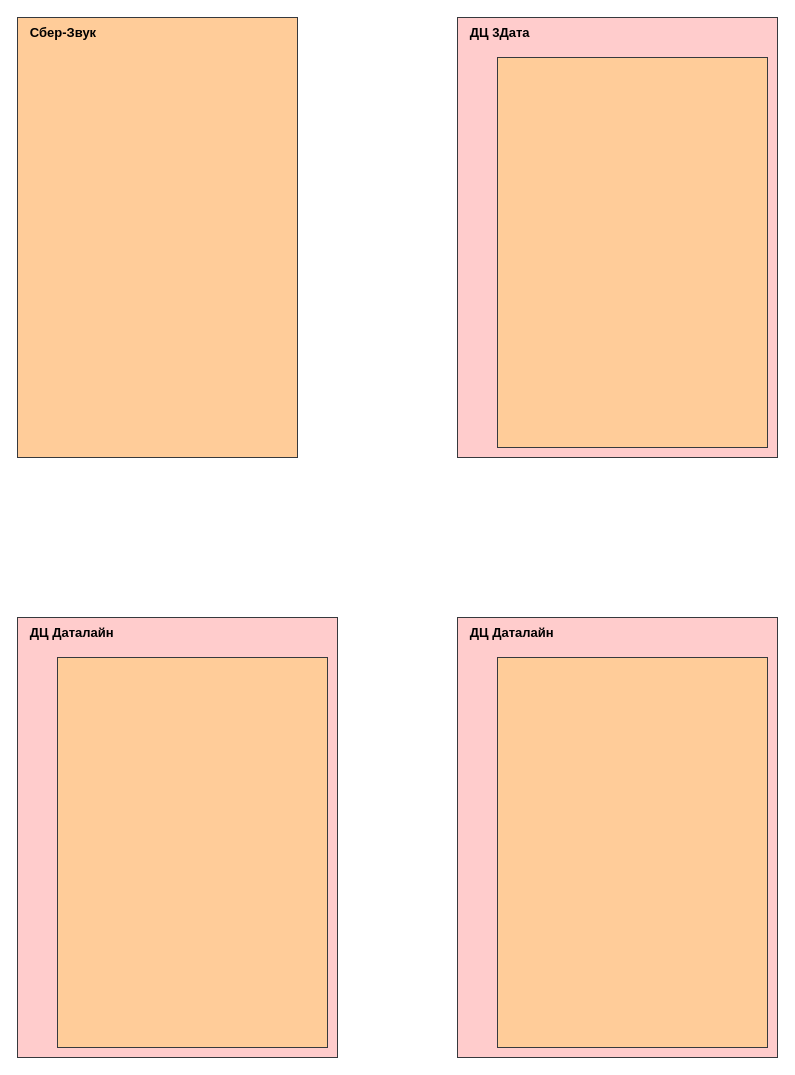
Earlier version of the draw.io diagram page "Страница 4" (4 of 5) of На подумать.drawio (lipatkin-ky/devops-netology). Source tidied: cells renumbered, new cells numbered last; positions are measured from the earlier drawing's top-left corner, leaving out a move shared by most shapes. Both pictures are drawn from the tidied source at 100%, with x=0, y=0 at pixel (17, 17). Pictures stored in the file or linked from it are replaced by grey dashed boxes.
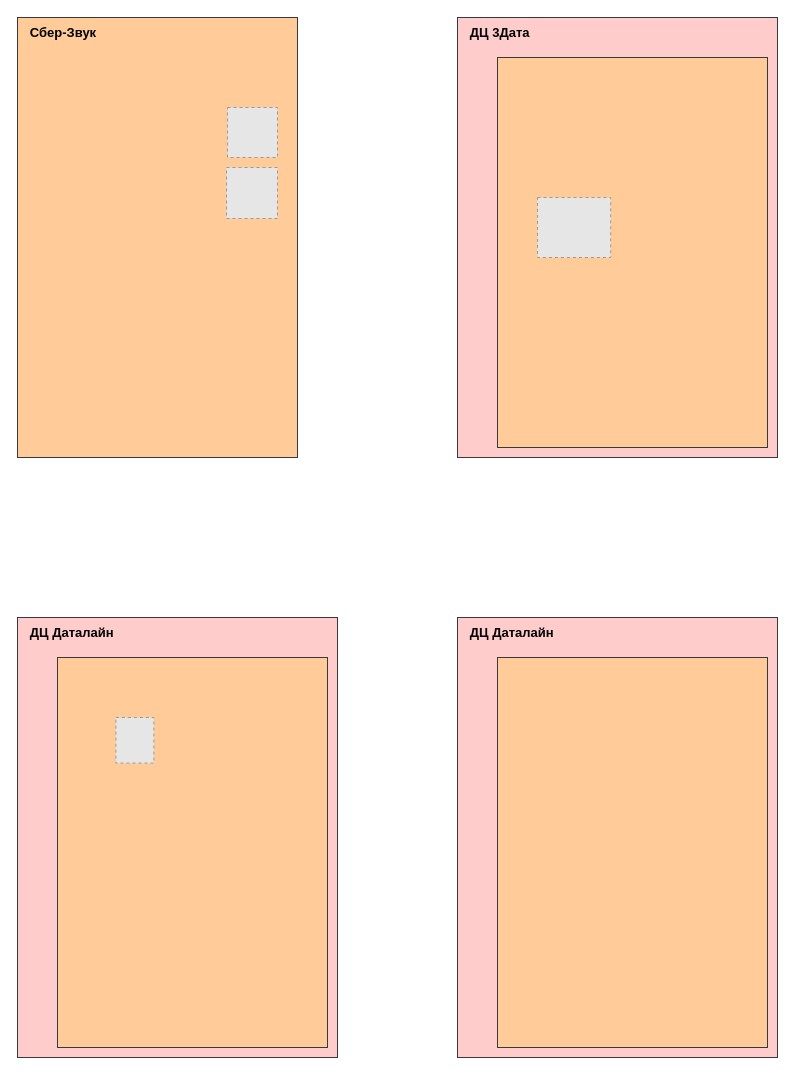
Above is the later version.

The edit, as a diff of the source:
```diff
@@
 <mxGraphModel>
   <root>
     <mxCell id="0" />
     <mxCell id="1" parent="0" />
     <mxCell id="2" style="rounded=0;whiteSpace=wrap;html=1;shadow=0;glass=0;fillColor=#ffcc99;strokeColor=#36393d;" parent="1" vertex="1">
       <mxGeometry width="280" height="440" as="geometry" />
     </mxCell>
     <mxCell id="3" style="rounded=0;whiteSpace=wrap;html=1;shadow=0;glass=0;fillColor=#ffcccc;strokeColor=#36393d;" parent="1" vertex="1">
       <mxGeometry x="440" width="320" height="440" as="geometry" />
     </mxCell>
     <mxCell id="4" style="rounded=0;whiteSpace=wrap;html=1;shadow=0;glass=0;fillColor=#ffcc99;strokeColor=#36393d;" parent="1" vertex="1">
       <mxGeometry x="480" y="40" width="270" height="390" as="geometry" />
     </mxCell>
     <mxCell id="5" style="rounded=0;whiteSpace=wrap;html=1;shadow=0;glass=0;fillColor=#ffcccc;strokeColor=#36393d;" parent="1" vertex="1">
       <mxGeometry x="440" y="600" width="320" height="440" as="geometry" />
     </mxCell>
     <mxCell id="6" style="rounded=0;whiteSpace=wrap;html=1;shadow=0;glass=0;fillColor=#ffcc99;strokeColor=#36393d;" parent="1" vertex="1">
       <mxGeometry x="480" y="640" width="270" height="390" as="geometry" />
     </mxCell>
     <mxCell id="7" value="&amp;nbsp; &amp;nbsp;Сбер-Звук" style="text;html=1;strokeColor=none;fillColor=none;align=left;verticalAlign=middle;whiteSpace=wrap;rounded=0;shadow=0;glass=0;fontStyle=1;fontSize=13;" parent="1" vertex="1">
       <mxGeometry width="280" height="30" as="geometry" />
     </mxCell>
     <mxCell id="8" value="&amp;nbsp; &amp;nbsp;ДЦ 3Дата" style="text;html=1;strokeColor=none;fillColor=none;align=left;verticalAlign=middle;whiteSpace=wrap;rounded=0;shadow=0;glass=0;fontStyle=1;fontSize=13;" parent="1" vertex="1">
       <mxGeometry x="440" width="320" height="30" as="geometry" />
     </mxCell>
     <mxCell id="9" value="&amp;nbsp; &amp;nbsp;ДЦ Даталайн" style="text;html=1;strokeColor=none;fillColor=none;align=left;verticalAlign=middle;whiteSpace=wrap;rounded=0;shadow=0;glass=0;fontStyle=1;fontSize=13;" parent="1" vertex="1">
       <mxGeometry x="440" y="600" width="320" height="30" as="geometry" />
     </mxCell>
     <mxCell id="10" style="rounded=0;whiteSpace=wrap;html=1;shadow=0;glass=0;fillColor=#ffcccc;strokeColor=#36393d;" parent="1" vertex="1">
       <mxGeometry y="600" width="320" height="440" as="geometry" />
     </mxCell>
     <mxCell id="11" style="rounded=0;whiteSpace=wrap;html=1;shadow=0;glass=0;fillColor=#ffcc99;strokeColor=#36393d;" parent="1" vertex="1">
       <mxGeometry x="40" y="640" width="270" height="390" as="geometry" />
     </mxCell>
     <mxCell id="12" value="&amp;nbsp; &amp;nbsp;ДЦ Даталайн" style="text;html=1;strokeColor=none;fillColor=none;align=left;verticalAlign=middle;whiteSpace=wrap;rounded=0;shadow=0;glass=0;fontStyle=1;fontSize=13;" parent="1" vertex="1">
       <mxGeometry y="600" width="320" height="30" as="geometry" />
     </mxCell>
+    <mxCell id="13" style="fillColor=#E6E6E6;strokeColor=#999999;dashed=1;verticalLabelPosition=bottom;labelBackgroundColor=#ffffff;verticalAlign=top;" parent="1" vertex="1">
+      <mxGeometry x="98.4" y="700" width="38" height="45.6" as="geometry" />
+    </mxCell>
+    <mxCell id="14" style="fillColor=#E6E6E6;strokeColor=#999999;dashed=1;verticalLabelPosition=bottom;labelBackgroundColor=#ffffff;verticalAlign=top;" parent="1" vertex="1">
+      <mxGeometry x="520" y="180" width="73.2" height="60" as="geometry" />
+    </mxCell>
+    <mxCell id="15" style="fillColor=#E6E6E6;strokeColor=#999999;dashed=1;verticalLabelPosition=bottom;labelBackgroundColor=#ffffff;verticalAlign=top;" parent="1" vertex="1">
+      <mxGeometry x="210" y="90" width="50" height="50" as="geometry" />
+    </mxCell>
+    <mxCell id="16" style="fillColor=#E6E6E6;strokeColor=#999999;dashed=1;verticalLabelPosition=bottom;labelBackgroundColor=#ffffff;verticalAlign=top;" parent="1" vertex="1">
+      <mxGeometry x="209" y="150" width="51" height="51" as="geometry" />
+    </mxCell>
   </root>
 </mxGraphModel>
```
